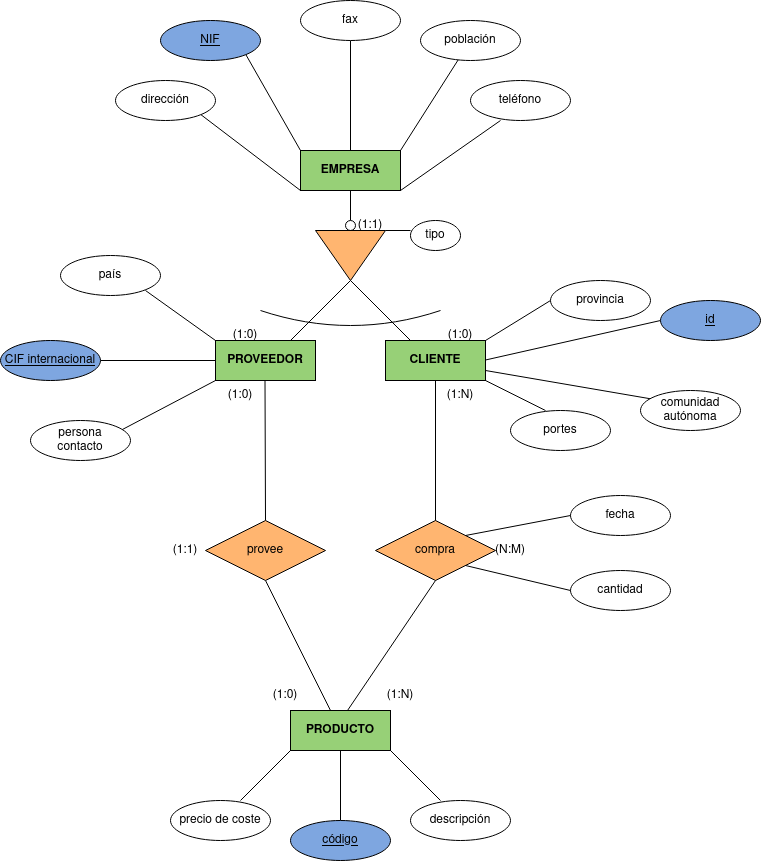
edumel20/base-datos keeps this draw.io diagram as Unidad-2/Tareas Evaluables/gestion_importacion.drawio.png. Above is the earlier version. Source tidied: cells renumbered, new cells last; positions are measured from the earlier drawing's top-left corner, leaving out a move shared by most shapes.
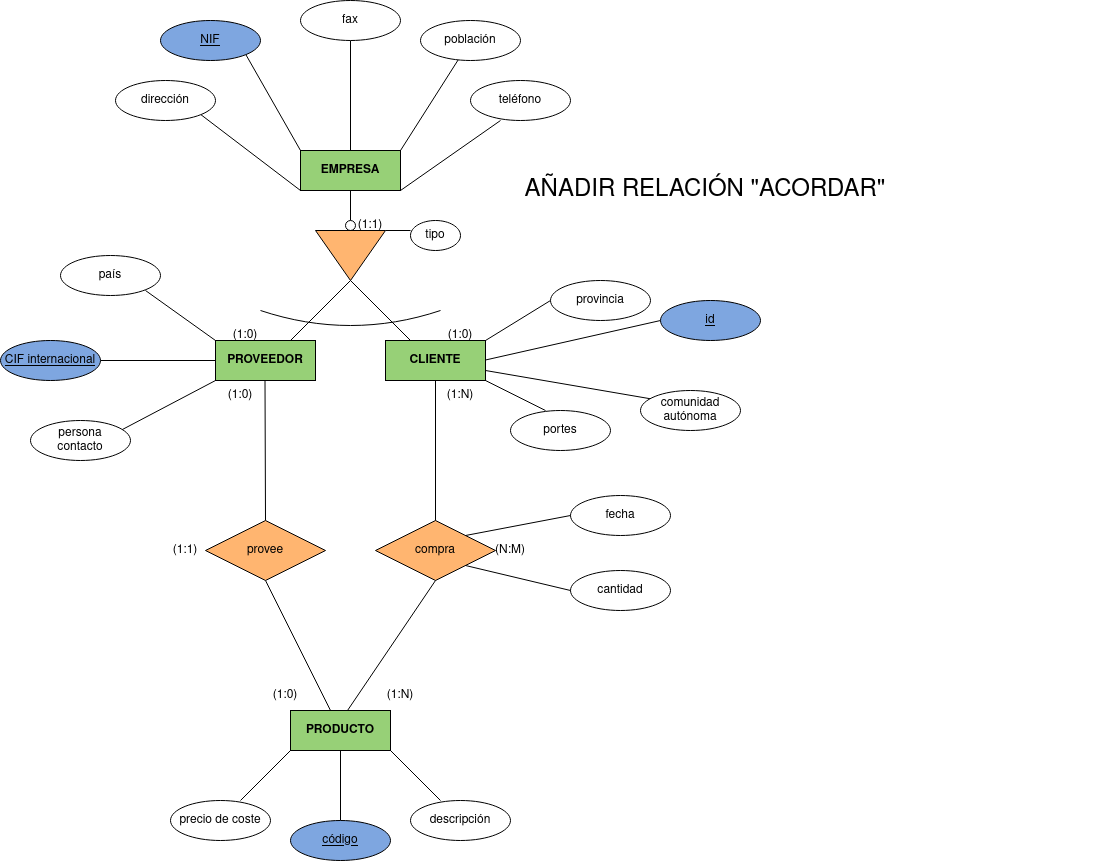
Later version of the same file.

What changed in the source:
```diff
@@ -251,5 +251,8 @@
         <mxPoint x="570" y="590" as="sourcePoint" />
       </mxGeometry>
     </mxCell>
+    <mxCell id="64" value="&lt;font style=&quot;font-size: 24px;&quot;&gt;AÑADIR RELACIÓN &quot;ACORDAR&quot;&lt;br&gt;&lt;/font&gt;" style="text;html=1;strokeColor=none;fillColor=none;align=center;verticalAlign=middle;whiteSpace=wrap;rounded=0;" parent="1" vertex="1">
+      <mxGeometry x="300" y="85" width="810" height="210" as="geometry" />
+    </mxCell>
   </root>
 </mxGraphModel>
```
